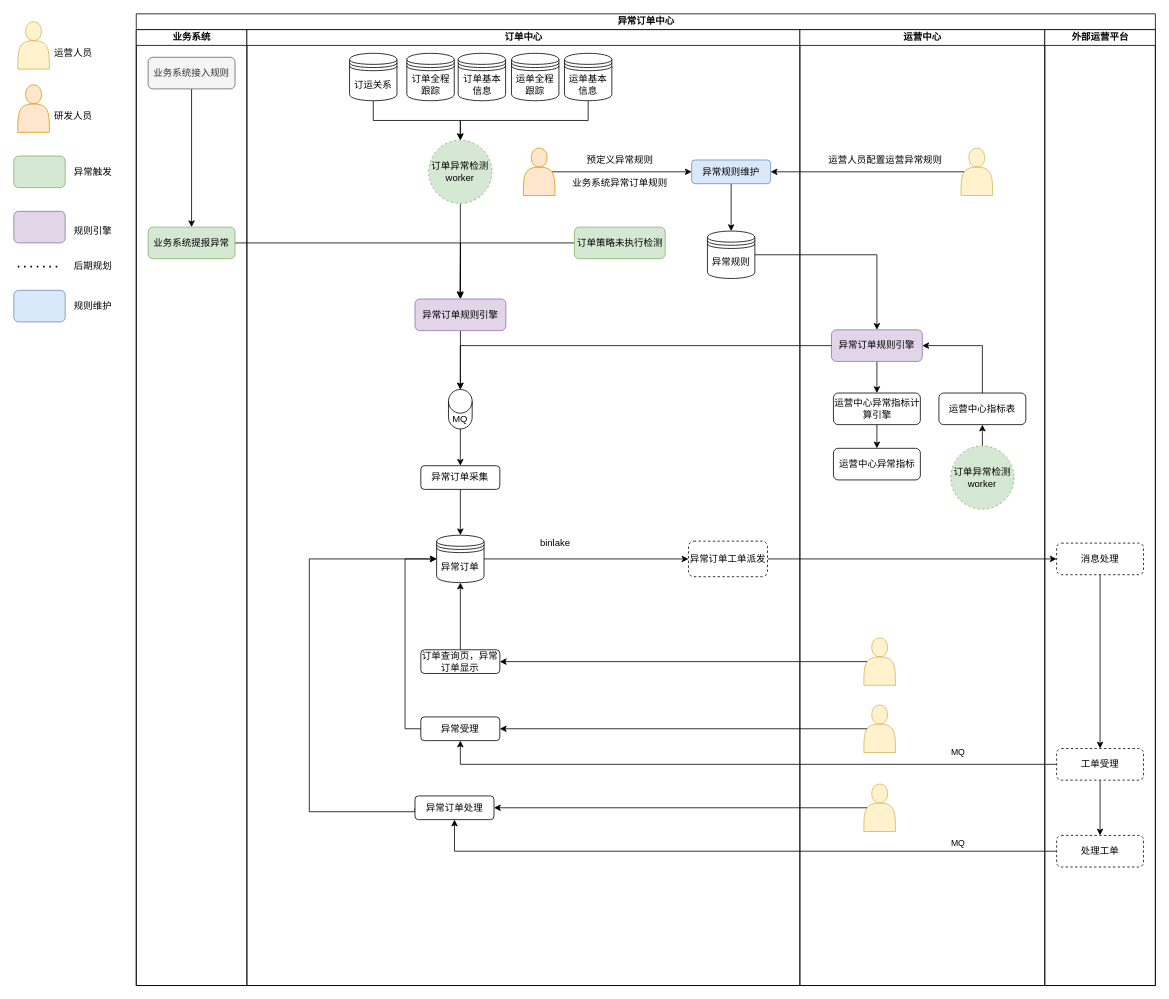
lixintao03/lixintao.github.io keeps this draw.io diagram as page "订单异常中心" (35 of 36) of Untitled Diagram.drawio. Above is the earlier version. Source tidied: cells renumbered, new cells numbered last; positions are measured from the earlier drawing's top-left corner, leaving out a move shared by most shapes. Both pictures are drawn from the tidied source at 79%, with x=0, y=0 at pixel (13, 13).
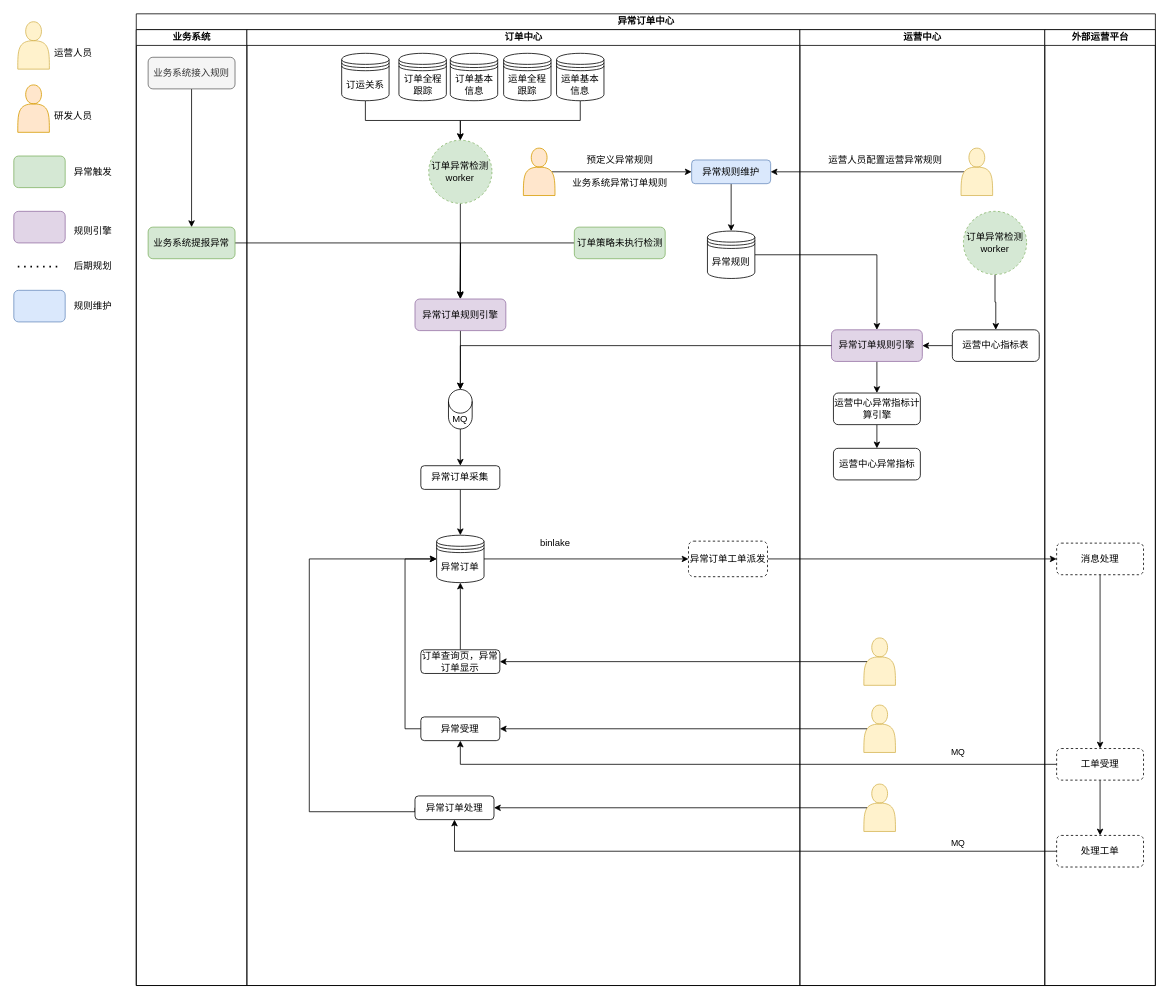
The same diagram, later.

Unchanged cells that the change refers to:
```xml
<mxCell id="2" value="异常订单中心" style="swimlane;startSize=20;html=1;" parent="1" vertex="1">
  <mxGeometry x="155" width="1290" height="1230" as="geometry" />
</mxCell>
<mxCell id="12" value="订单中心" style="swimlane;startSize=20;html=1;" parent="2" vertex="1">
  <mxGeometry x="140" y="20" width="700" height="1210" as="geometry" />
</mxCell>
<mxCell id="41" value="异常规则维护" style="rounded=1;whiteSpace=wrap;html=1;fillColor=#dae8fc;strokeColor=#6c8ebf;" parent="12" vertex="1">
  <mxGeometry x="563" y="165" width="100" height="30" as="geometry" />
</mxCell>
<mxCell id="46" value="运营中心" style="swimlane;startSize=20;html=1;" parent="2" vertex="1">
  <mxGeometry x="840" y="20" width="310" height="1210" as="geometry" />
</mxCell>
<mxCell id="51" value="异常订单规则引擎" style="rounded=1;whiteSpace=wrap;html=1;fillColor=#e1d5e7;strokeColor=#9673a6;" parent="46" vertex="1">
  <mxGeometry x="40" y="380" width="115" height="40" as="geometry" />
</mxCell>
<mxCell id="58" style="shape=actor;whiteSpace=wrap;html=1;fontSize=12;fillColor=#fff2cc;strokeColor=#d6b656;" parent="46" vertex="1">
  <mxGeometry x="204" y="150" width="40" height="60" as="geometry" />
</mxCell>
```

What changed in the source:
```diff
@@
     <mxCell id="33" value="&lt;font style=&quot;font-size: 12px;&quot;&gt;订单全程跟踪&lt;/font&gt;" style="shape=datastore;whiteSpace=wrap;html=1;" parent="12" vertex="1">
-      <mxGeometry x="202.5" y="30" width="60" height="60" as="geometry" />
+      <mxGeometry x="192.5" y="30" width="60" height="60" as="geometry" />
     </mxCell>
     <mxCell id="34" value="&lt;font style=&quot;font-size: 12px;&quot;&gt;订单基本信息&lt;/font&gt;" style="shape=datastore;whiteSpace=wrap;html=1;" parent="12" vertex="1">
-      <mxGeometry x="267.5" y="30" width="60" height="60" as="geometry" />
+      <mxGeometry x="257.5" y="30" width="60" height="60" as="geometry" />
     </mxCell>
     <mxCell id="35" value="&lt;font style=&quot;font-size: 12px;&quot;&gt;运单全程跟踪&lt;/font&gt;" style="shape=datastore;whiteSpace=wrap;html=1;" parent="12" vertex="1">
-      <mxGeometry x="335" y="30" width="60" height="60" as="geometry" />
+      <mxGeometry x="325" y="30" width="60" height="60" as="geometry" />
     </mxCell>
@@
     <mxCell id="37" value="&lt;font style=&quot;font-size: 12px;&quot;&gt;运单基本信息&lt;/font&gt;" style="shape=datastore;whiteSpace=wrap;html=1;" parent="12" vertex="1">
-      <mxGeometry x="402" y="30" width="60" height="60" as="geometry" />
+      <mxGeometry x="392" y="30" width="60" height="60" as="geometry" />
     </mxCell>
@@
     <mxCell id="39" value="订运关系" style="shape=datastore;whiteSpace=wrap;html=1;" parent="12" vertex="1">
-      <mxGeometry x="130" y="30" width="60" height="60" as="geometry" />
+      <mxGeometry x="120" y="30" width="60" height="60" as="geometry" />
     </mxCell>
@@
+    <mxCell id="63" style="edgeStyle=orthogonalEdgeStyle;rounded=0;jettySize=auto;html=1;exitX=0.1;exitY=0.5;exitDx=0;exitDy=0;exitPerimeter=0;entryX=1;entryY=0.5;entryDx=0;entryDy=0;" parent="2" edge="1" source="58" target="41">
+      <mxGeometry relative="1" as="geometry" />
+    </mxCell>
@@
-    <mxCell id="52" style="edgeStyle=orthogonalEdgeStyle;rounded=0;jettySize=auto;html=1;exitX=0.5;exitY=0;exitDx=0;exitDy=0;entryX=1;entryY=0.5;entryDx=0;entryDy=0;fontSize=11;" parent="46" edge="1" source="53" target="51">
+    <mxCell id="52" style="edgeStyle=orthogonalEdgeStyle;rounded=0;jettySize=auto;html=1;exitX=0;exitY=0.5;exitDx=0;exitDy=0;entryX=1;entryY=0.5;entryDx=0;entryDy=0;fontColor=#FF3333;" parent="46" edge="1" source="53" target="51">
       <mxGeometry relative="1" as="geometry" />
     </mxCell>
     <mxCell id="53" value="运营中心指标表" style="rounded=1;whiteSpace=wrap;html=1;" parent="46" vertex="1">
-      <mxGeometry x="176" y="460" width="110" height="40" as="geometry" />
+      <mxGeometry x="193" y="380" width="110" height="40" as="geometry" />
     </mxCell>
-    <mxCell id="54" style="edgeStyle=orthogonalEdgeStyle;rounded=0;jettySize=auto;html=1;exitX=0.5;exitY=0;exitDx=0;exitDy=0;entryX=0.5;entryY=1;entryDx=0;entryDy=0;fontSize=11;" parent="46" edge="1" source="55" target="53">
+    <mxCell id="54" style="edgeStyle=orthogonalEdgeStyle;rounded=0;jettySize=auto;html=1;exitX=0.5;exitY=1;exitDx=0;exitDy=0;entryX=0.5;entryY=0;entryDx=0;entryDy=0;fontColor=#FF3333;" parent="46" edge="1" source="55" target="53">
       <mxGeometry relative="1" as="geometry" />
     </mxCell>
     <mxCell id="55" value="订单异常检测worker" style="ellipse;whiteSpace=wrap;html=1;fontSize=12;dashed=1;fillColor=#d5e8d4;strokeColor=#82b366;" parent="46" vertex="1">
-      <mxGeometry x="191" y="527" width="80" height="80" as="geometry" />
+      <mxGeometry x="207" y="230" width="80" height="80" as="geometry" />
     </mxCell>
@@
-    <mxCell id="63" style="edgeStyle=orthogonalEdgeStyle;rounded=0;jettySize=auto;html=1;exitX=0.1;exitY=0.5;exitDx=0;exitDy=0;exitPerimeter=0;entryX=1;entryY=0.5;entryDx=0;entryDy=0;" parent="2" edge="1" source="58" target="41">
-      <mxGeometry relative="1" as="geometry" />
-    </mxCell>
```
